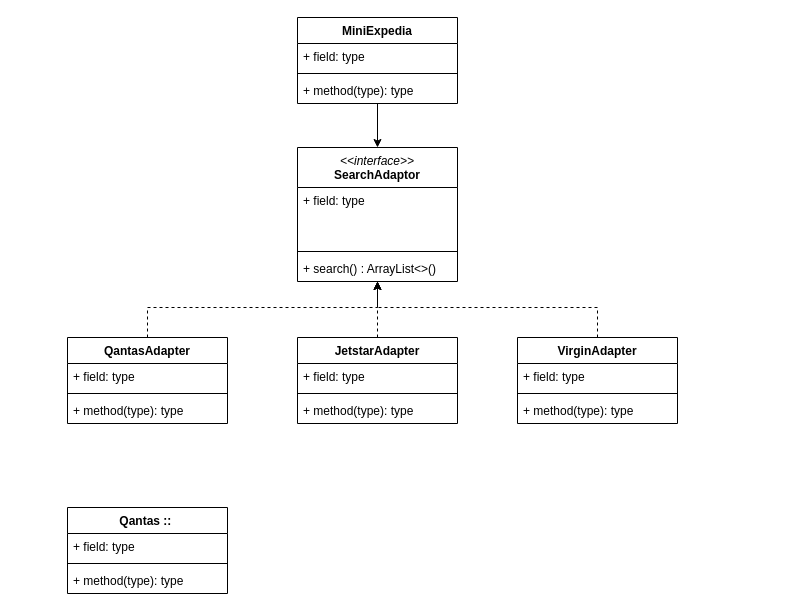
This is page "Page-1" (1 of 2) of workshop8-week9.drawio from antonykimuom/SWEN30006-2025-SM1-workshop1-tuew05-14-00-team-12, a draw.io file, before an edit. Source tidied: cells renumbered, new cells numbered last; positions are measured from the earlier drawing's top-left corner, leaving out a move shared by most shapes. Both pictures are drawn from the tidied source at 100%, with x=0, y=0 at pixel (67, 17).
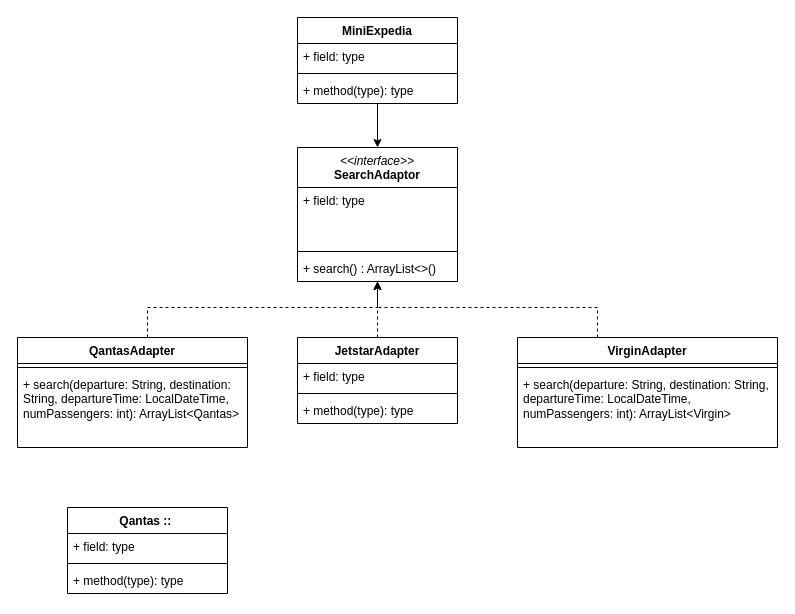
The same diagram, later.

The edit, as a diff of the source:
```diff
@@
     <mxCell id="3" value="QantasAdapter" style="swimlane;fontStyle=1;align=center;verticalAlign=top;horizontal=1;startSize=26;whiteSpace=wrap;html=1;" parent="1" vertex="1">
-      <mxGeometry y="320" width="160" height="86" as="geometry" />
+      <mxGeometry x="-50" y="320" width="230" height="110" as="geometry" />
     </mxCell>
-    <mxCell id="4" value="+ field: type" style="text;strokeColor=none;fillColor=none;align=left;verticalAlign=top;spacingLeft=4;spacingRight=4;overflow=hidden;whiteSpace=wrap;html=1;" parent="3" vertex="1">
-      <mxGeometry y="26" width="160" height="26" as="geometry" />
-    </mxCell>
     <mxCell id="5" style="line;strokeWidth=1;fillColor=none;align=left;verticalAlign=middle;spacingTop=-1;spacingLeft=3;spacingRight=3;labelPosition=right;strokeColor=inherit;" parent="3" vertex="1">
-      <mxGeometry y="52" width="160" height="8" as="geometry" />
+      <mxGeometry y="26" width="230" height="8" as="geometry" />
     </mxCell>
-    <mxCell id="6" value="+ method(type): type" style="text;strokeColor=none;fillColor=none;align=left;verticalAlign=top;spacingLeft=4;spacingRight=4;overflow=hidden;whiteSpace=wrap;html=1;" parent="3" vertex="1">
-      <mxGeometry y="60" width="160" height="26" as="geometry" />
+    <mxCell id="6" value="+ search(departure: String, destination: String, departureTime: LocalDateTime, numPassengers: int): ArrayList&amp;lt;Qantas&amp;gt;" style="text;strokeColor=none;fillColor=none;align=left;verticalAlign=top;spacingLeft=4;spacingRight=4;overflow=hidden;whiteSpace=wrap;html=1;" parent="3" vertex="1">
+      <mxGeometry y="34" width="230" height="76" as="geometry" />
     </mxCell>
@@
     <mxCell id="22" value="VirginAdapter" style="swimlane;fontStyle=1;align=center;verticalAlign=top;horizontal=1;startSize=26;whiteSpace=wrap;html=1;" parent="1" vertex="1">
-      <mxGeometry x="450" y="320" width="160" height="86" as="geometry" />
+      <mxGeometry x="450" y="320" width="260" height="110" as="geometry" />
     </mxCell>
-    <mxCell id="23" value="+ field: type" style="text;strokeColor=none;fillColor=none;align=left;verticalAlign=top;spacingLeft=4;spacingRight=4;overflow=hidden;whiteSpace=wrap;html=1;" parent="22" vertex="1">
-      <mxGeometry y="26" width="160" height="26" as="geometry" />
-    </mxCell>
     <mxCell id="24" style="line;strokeWidth=1;fillColor=none;align=left;verticalAlign=middle;spacingTop=-1;spacingLeft=3;spacingRight=3;labelPosition=right;strokeColor=inherit;" parent="22" vertex="1">
-      <mxGeometry y="52" width="160" height="8" as="geometry" />
+      <mxGeometry y="26" width="260" height="8" as="geometry" />
     </mxCell>
-    <mxCell id="25" value="+ method(type): type" style="text;strokeColor=none;fillColor=none;align=left;verticalAlign=top;spacingLeft=4;spacingRight=4;overflow=hidden;whiteSpace=wrap;html=1;" parent="22" vertex="1">
-      <mxGeometry y="60" width="160" height="26" as="geometry" />
+    <mxCell id="25" value="+ search(departure: String, destination: String, departureTime: LocalDateTime, numPassengers: int): ArrayList&amp;lt;Virgin&amp;gt;" style="text;strokeColor=none;fillColor=none;align=left;verticalAlign=top;spacingLeft=4;spacingRight=4;overflow=hidden;whiteSpace=wrap;html=1;" parent="22" vertex="1">
+      <mxGeometry y="34" width="260" height="76" as="geometry" />
     </mxCell>
```
